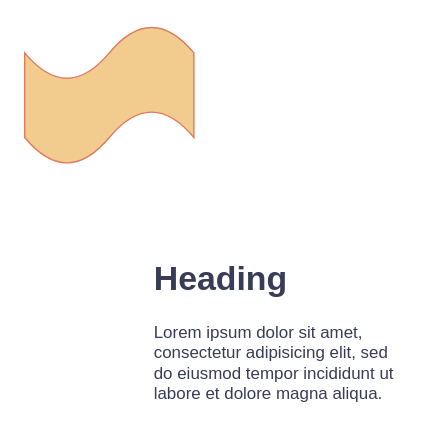
Before: 33.drawio in DavidWang2019/TEST, a draw.io diagram. Source tidied: cells renumbered, new cells numbered last; positions are measured from the earlier drawing's top-left corner, leaving out a move shared by most shapes. Both pictures are drawn from the tidied source at 141%, with x=0, y=0 at pixel (24, 24).
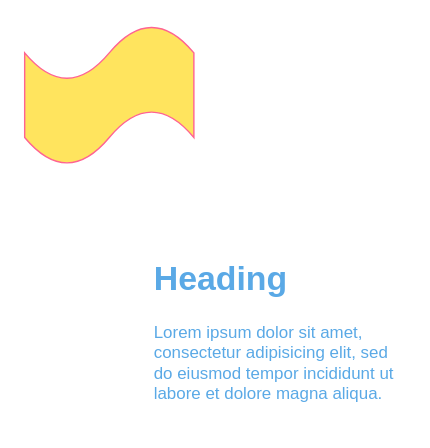
The same diagram, later.

The edit, as a diff of the source:
```diff
@@
 <mxGraphModel>
   <root>
     <mxCell id="0" />
     <mxCell id="1" parent="0" />
-    <mxCell id="2" style="shape=tape;whiteSpace=wrap;html=1;strokeColor=#E07A5F;fontColor=#393C56;fillColor=#F2CC8F;" parent="1" vertex="1">
+    <mxCell id="2" style="shape=tape;whiteSpace=wrap;html=1;strokeColor=#FF6392;fontColor=#5AA9E6;fillColor=#FFE45E;labelBackgroundColor=none;" parent="1" vertex="1">
       <mxGeometry width="120" height="100" as="geometry" />
     </mxCell>
-    <mxCell id="3" value="&lt;h1 style=&quot;margin-top: 0px;&quot;&gt;Heading&lt;/h1&gt;&lt;p&gt;Lorem ipsum dolor sit amet, consectetur adipisicing elit, sed do eiusmod tempor incididunt ut labore et dolore magna aliqua.&lt;/p&gt;" style="text;html=1;whiteSpace=wrap;overflow=hidden;rounded=0;labelBackgroundColor=none;fontColor=#393C56;" parent="1" vertex="1">
+    <mxCell id="3" value="&lt;h1 style=&quot;margin-top: 0px;&quot;&gt;Heading&lt;/h1&gt;&lt;p&gt;Lorem ipsum dolor sit amet, consectetur adipisicing elit, sed do eiusmod tempor incididunt ut labore et dolore magna aliqua.&lt;/p&gt;" style="text;html=1;whiteSpace=wrap;overflow=hidden;rounded=0;labelBackgroundColor=none;fontColor=#5AA9E6;" parent="1" vertex="1">
       <mxGeometry x="90" y="160" width="180" height="120" as="geometry" />
     </mxCell>
   </root>
 </mxGraphModel>
```
